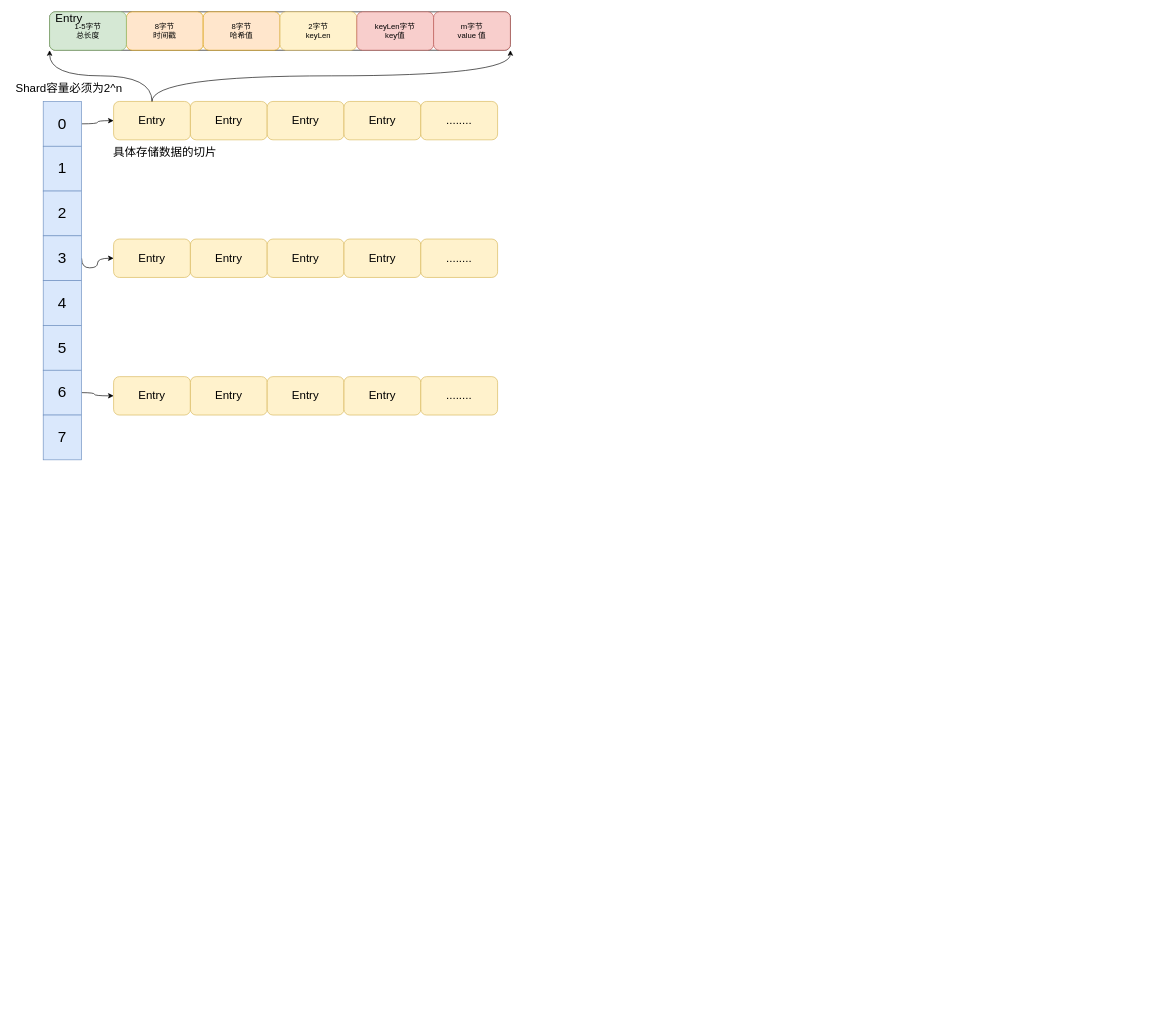
Above: _cache/bigCache.drawio in Zhouchaowen/Hawkeye (draw.io), before the change. Source tidied: cells renumbered, new cells numbered last; positions are measured from the earlier drawing's top-left corner, leaving out a move shared by most shapes. Both pictures are drawn from the tidied source at 64%, with x=0, y=0 at pixel (11, 12).
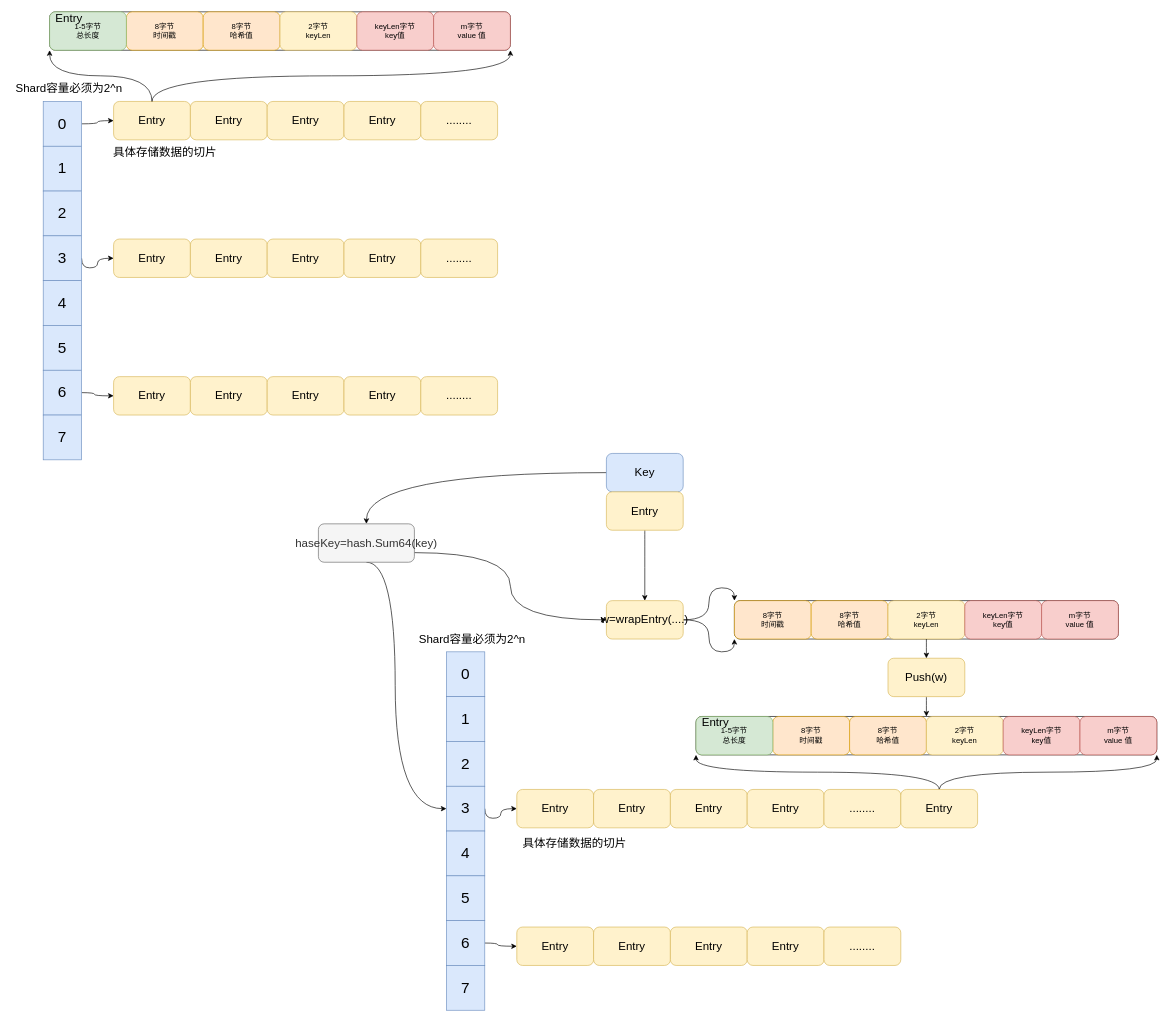
The same diagram, later.

What changed in the source:
```diff
@@
+    <mxCell id="44" style="edgeStyle=orthogonalEdgeStyle;curved=1;rounded=0;jettySize=auto;html=1;exitX=0;exitY=0.5;exitDx=0;exitDy=0;entryX=0.5;entryY=0;entryDx=0;entryDy=0;" parent="1" edge="1" source="45" target="74">
+      <mxGeometry relative="1" as="geometry" />
+    </mxCell>
+    <mxCell id="45" value="&lt;font style=&quot;font-size: 18px&quot;&gt;Key&lt;/font&gt;" style="rounded=1;whiteSpace=wrap;html=1;fillColor=#dae8fc;strokeColor=#6c8ebf;" parent="1" vertex="1">
+      <mxGeometry x="930" y="690" width="120" height="60" as="geometry" />
+    </mxCell>
+    <mxCell id="46" value="&lt;font style=&quot;font-size: 24px&quot;&gt;0&lt;/font&gt;" style="rounded=0;whiteSpace=wrap;html=1;fillColor=#dae8fc;strokeColor=#6c8ebf;" parent="1" vertex="1">
+      <mxGeometry x="680" y="1000" width="60" height="70" as="geometry" />
+    </mxCell>
+    <mxCell id="47" value="&lt;font style=&quot;font-size: 24px&quot;&gt;1&lt;/font&gt;" style="rounded=0;whiteSpace=wrap;html=1;fillColor=#dae8fc;strokeColor=#6c8ebf;" parent="1" vertex="1">
+      <mxGeometry x="680" y="1070" width="60" height="70" as="geometry" />
+    </mxCell>
+    <mxCell id="48" value="&lt;font style=&quot;font-size: 24px&quot;&gt;2&lt;/font&gt;" style="rounded=0;whiteSpace=wrap;html=1;fillColor=#dae8fc;strokeColor=#6c8ebf;" parent="1" vertex="1">
+      <mxGeometry x="680" y="1140" width="60" height="70" as="geometry" />
+    </mxCell>
+    <mxCell id="49" style="edgeStyle=orthogonalEdgeStyle;curved=1;rounded=0;jettySize=auto;html=1;exitX=1;exitY=0.5;exitDx=0;exitDy=0;entryX=0;entryY=0.5;entryDx=0;entryDy=0;" parent="1" edge="1" source="50" target="57">
+      <mxGeometry relative="1" as="geometry">
+        <Array as="points">
+          <mxPoint x="740" y="1260" />
+          <mxPoint x="765" y="1260" />
+          <mxPoint x="765" y="1245" />
+        </Array>
+      </mxGeometry>
+    </mxCell>
+    <mxCell id="50" value="&lt;font style=&quot;font-size: 24px&quot;&gt;3&lt;/font&gt;" style="rounded=0;whiteSpace=wrap;html=1;fillColor=#dae8fc;strokeColor=#6c8ebf;" parent="1" vertex="1">
+      <mxGeometry x="680" y="1210" width="60" height="70" as="geometry" />
+    </mxCell>
+    <mxCell id="51" value="&lt;font style=&quot;font-size: 24px&quot;&gt;4&lt;/font&gt;" style="rounded=0;whiteSpace=wrap;html=1;fillColor=#dae8fc;strokeColor=#6c8ebf;" parent="1" vertex="1">
+      <mxGeometry x="680" y="1280" width="60" height="70" as="geometry" />
+    </mxCell>
+    <mxCell id="52" value="&lt;font style=&quot;font-size: 24px&quot;&gt;5&lt;/font&gt;" style="rounded=0;whiteSpace=wrap;html=1;fillColor=#dae8fc;strokeColor=#6c8ebf;" parent="1" vertex="1">
+      <mxGeometry x="680" y="1350" width="60" height="70" as="geometry" />
+    </mxCell>
+    <mxCell id="53" style="edgeStyle=orthogonalEdgeStyle;curved=1;rounded=0;jettySize=auto;html=1;exitX=1;exitY=0.5;exitDx=0;exitDy=0;entryX=0;entryY=0.5;entryDx=0;entryDy=0;" parent="1" edge="1" source="54" target="63">
+      <mxGeometry relative="1" as="geometry">
+        <Array as="points">
+          <mxPoint x="760" y="1455" />
+          <mxPoint x="760" y="1460" />
+        </Array>
+      </mxGeometry>
+    </mxCell>
+    <mxCell id="54" value="&lt;font style=&quot;font-size: 24px&quot;&gt;6&lt;/font&gt;" style="rounded=0;whiteSpace=wrap;html=1;fillColor=#dae8fc;strokeColor=#6c8ebf;" parent="1" vertex="1">
+      <mxGeometry x="680" y="1420" width="60" height="70" as="geometry" />
+    </mxCell>
+    <mxCell id="55" value="&lt;font style=&quot;font-size: 24px&quot;&gt;7&lt;/font&gt;" style="rounded=0;whiteSpace=wrap;html=1;fillColor=#dae8fc;strokeColor=#6c8ebf;" parent="1" vertex="1">
+      <mxGeometry x="680" y="1490" width="60" height="70" as="geometry" />
+    </mxCell>
+    <mxCell id="56" style="group;" parent="1" vertex="1">
+      <mxGeometry x="790" y="1215" width="600" height="60" as="geometry" />
+    </mxCell>
+    <mxCell id="57" value="&lt;font style=&quot;font-size: 18px&quot;&gt;Entry&lt;/font&gt;" style="rounded=1;whiteSpace=wrap;html=1;fillColor=#fff2cc;strokeColor=#d6b656;" parent="56" vertex="1">
+      <mxGeometry width="120" height="60" as="geometry" />
+    </mxCell>
+    <mxCell id="58" value="&lt;font style=&quot;font-size: 18px&quot;&gt;Entry&lt;/font&gt;" style="rounded=1;whiteSpace=wrap;html=1;fillColor=#fff2cc;strokeColor=#d6b656;" parent="56" vertex="1">
+      <mxGeometry x="120" width="120" height="60" as="geometry" />
+    </mxCell>
+    <mxCell id="59" value="&lt;font style=&quot;font-size: 18px&quot;&gt;Entry&lt;/font&gt;" style="rounded=1;whiteSpace=wrap;html=1;fillColor=#fff2cc;strokeColor=#d6b656;" parent="56" vertex="1">
+      <mxGeometry x="240" width="120" height="60" as="geometry" />
+    </mxCell>
+    <mxCell id="60" value="&lt;span style=&quot;font-size: 18px&quot;&gt;Entry&lt;/span&gt;" style="rounded=1;whiteSpace=wrap;html=1;fillColor=#fff2cc;strokeColor=#d6b656;" parent="56" vertex="1">
+      <mxGeometry x="360" width="120" height="60" as="geometry" />
+    </mxCell>
+    <mxCell id="61" value="&lt;span style=&quot;font-size: 18px&quot;&gt;........&lt;/span&gt;" style="rounded=1;whiteSpace=wrap;html=1;fillColor=#fff2cc;strokeColor=#d6b656;" parent="56" vertex="1">
+      <mxGeometry x="480" width="120" height="60" as="geometry" />
+    </mxCell>
+    <mxCell id="62" style="group;" parent="1" vertex="1">
+      <mxGeometry x="790" y="1430" width="600" height="60" as="geometry" />
+    </mxCell>
+    <mxCell id="63" value="&lt;font style=&quot;font-size: 18px&quot;&gt;Entry&lt;/font&gt;" style="rounded=1;whiteSpace=wrap;html=1;fillColor=#fff2cc;strokeColor=#d6b656;" parent="62" vertex="1">
+      <mxGeometry width="120" height="60" as="geometry" />
+    </mxCell>
+    <mxCell id="64" value="&lt;font style=&quot;font-size: 18px&quot;&gt;Entry&lt;/font&gt;" style="rounded=1;whiteSpace=wrap;html=1;fillColor=#fff2cc;strokeColor=#d6b656;" parent="62" vertex="1">
+      <mxGeometry x="120" width="120" height="60" as="geometry" />
+    </mxCell>
+    <mxCell id="65" value="&lt;font style=&quot;font-size: 18px&quot;&gt;Entry&lt;/font&gt;" style="rounded=1;whiteSpace=wrap;html=1;fillColor=#fff2cc;strokeColor=#d6b656;" parent="62" vertex="1">
+      <mxGeometry x="240" width="120" height="60" as="geometry" />
+    </mxCell>
+    <mxCell id="66" value="&lt;font style=&quot;font-size: 18px&quot;&gt;Entry&lt;/font&gt;" style="rounded=1;whiteSpace=wrap;html=1;fillColor=#fff2cc;strokeColor=#d6b656;" parent="62" vertex="1">
+      <mxGeometry x="360" width="120" height="60" as="geometry" />
+    </mxCell>
+    <mxCell id="67" value="&lt;span style=&quot;font-size: 18px&quot;&gt;........&lt;/span&gt;" style="rounded=1;whiteSpace=wrap;html=1;fillColor=#fff2cc;strokeColor=#d6b656;" parent="62" vertex="1">
+      <mxGeometry x="480" width="120" height="60" as="geometry" />
+    </mxCell>
+    <mxCell id="68" value="&lt;font style=&quot;font-size: 18px&quot;&gt;Shard容量必须为2^n&lt;/font&gt;" style="text;html=1;align=center;verticalAlign=middle;strokeColor=none;" parent="1" vertex="1">
+      <mxGeometry x="630" y="970" width="180" height="20" as="geometry" />
+    </mxCell>
+    <mxCell id="69" value="&lt;font style=&quot;font-size: 18px&quot;&gt;具体存储数据的切片&lt;/font&gt;" style="text;html=1;align=center;verticalAlign=middle;strokeColor=none;" parent="1" vertex="1">
+      <mxGeometry x="790" y="1290" width="180" height="20" as="geometry" />
+    </mxCell>
+    <mxCell id="70" style="edgeStyle=orthogonalEdgeStyle;curved=1;rounded=0;jettySize=auto;html=1;exitX=0.5;exitY=1;exitDx=0;exitDy=0;entryX=0.5;entryY=0;entryDx=0;entryDy=0;" parent="1" edge="1" source="71" target="77">
+      <mxGeometry relative="1" as="geometry" />
+    </mxCell>
+    <mxCell id="71" value="&lt;font style=&quot;font-size: 18px&quot;&gt;Entry&lt;/font&gt;" style="rounded=1;whiteSpace=wrap;html=1;fillColor=#fff2cc;strokeColor=#d6b656;" parent="1" vertex="1">
+      <mxGeometry x="930" y="750" width="120" height="60" as="geometry" />
+    </mxCell>
+    <mxCell id="72" style="edgeStyle=orthogonalEdgeStyle;curved=1;rounded=0;jettySize=auto;html=1;exitX=0.5;exitY=1;exitDx=0;exitDy=0;entryX=0;entryY=0.5;entryDx=0;entryDy=0;" parent="1" edge="1" source="74" target="50">
+      <mxGeometry relative="1" as="geometry">
+        <Array as="points">
+          <mxPoint x="600" y="860" />
+          <mxPoint x="600" y="1245" />
+        </Array>
+      </mxGeometry>
+    </mxCell>
+    <mxCell id="73" style="edgeStyle=orthogonalEdgeStyle;curved=1;rounded=0;jettySize=auto;html=1;exitX=1;exitY=0.75;exitDx=0;exitDy=0;entryX=0;entryY=0.5;entryDx=0;entryDy=0;" parent="1" edge="1" source="74" target="77">
+      <mxGeometry relative="1" as="geometry" />
+    </mxCell>
+    <mxCell id="74" value="&lt;font style=&quot;font-size: 18px&quot;&gt;haseKey=hash.Sum64(key)&lt;/font&gt;" style="rounded=1;whiteSpace=wrap;html=1;fillColor=#f5f5f5;strokeColor=#666666;fontColor=#333333;" parent="1" vertex="1">
+      <mxGeometry x="480" y="800" width="150" height="60" as="geometry" />
+    </mxCell>
+    <mxCell id="75" style="edgeStyle=orthogonalEdgeStyle;curved=1;rounded=0;jettySize=auto;html=1;exitX=1;exitY=0.5;exitDx=0;exitDy=0;entryX=0;entryY=1;entryDx=0;entryDy=0;" parent="1" edge="1" source="77" target="94">
+      <mxGeometry relative="1" as="geometry" />
+    </mxCell>
+    <mxCell id="76" style="edgeStyle=orthogonalEdgeStyle;curved=1;rounded=0;jettySize=auto;html=1;exitX=1;exitY=0.5;exitDx=0;exitDy=0;entryX=0;entryY=0;entryDx=0;entryDy=0;" parent="1" edge="1" source="77" target="94">
+      <mxGeometry relative="1" as="geometry" />
+    </mxCell>
+    <mxCell id="77" value="&lt;font style=&quot;font-size: 18px&quot;&gt;w=wrapEntry(....)&lt;/font&gt;" style="rounded=1;whiteSpace=wrap;html=1;fillColor=#fff2cc;strokeColor=#d6b656;" parent="1" vertex="1">
+      <mxGeometry x="930" y="920" width="120" height="60" as="geometry" />
+    </mxCell>
+    <mxCell id="78" style="edgeStyle=orthogonalEdgeStyle;curved=1;rounded=0;jettySize=auto;html=1;exitX=0.5;exitY=0;exitDx=0;exitDy=0;entryX=1;entryY=1;entryDx=0;entryDy=0;" parent="1" edge="1" source="80" target="89">
+      <mxGeometry relative="1" as="geometry" />
+    </mxCell>
+    <mxCell id="79" style="edgeStyle=orthogonalEdgeStyle;curved=1;rounded=0;jettySize=auto;html=1;exitX=0.5;exitY=0;exitDx=0;exitDy=0;entryX=0;entryY=1;entryDx=0;entryDy=0;" parent="1" edge="1" source="80" target="90">
+      <mxGeometry relative="1" as="geometry" />
+    </mxCell>
+    <mxCell id="80" value="&lt;font style=&quot;font-size: 18px&quot;&gt;Entry&lt;/font&gt;" style="rounded=1;whiteSpace=wrap;html=1;fillColor=#fff2cc;strokeColor=#d6b656;" parent="1" vertex="1">
+      <mxGeometry x="1390" y="1215" width="120" height="60" as="geometry" />
+    </mxCell>
+    <mxCell id="81" style="edgeStyle=orthogonalEdgeStyle;curved=1;rounded=0;jettySize=auto;html=1;exitX=0.5;exitY=1;exitDx=0;exitDy=0;entryX=0.5;entryY=0;entryDx=0;entryDy=0;" parent="1" edge="1" source="82" target="84">
+      <mxGeometry relative="1" as="geometry" />
+    </mxCell>
+    <mxCell id="82" value="&lt;font style=&quot;font-size: 18px&quot;&gt;Push(w)&lt;/font&gt;" style="rounded=1;whiteSpace=wrap;html=1;fillColor=#fff2cc;strokeColor=#d6b656;" parent="1" vertex="1">
+      <mxGeometry x="1370" y="1010" width="120" height="60" as="geometry" />
+    </mxCell>
+    <mxCell id="83" style="group;" parent="1" vertex="1">
+      <mxGeometry x="1070" y="1101" width="720" height="60" as="geometry" />
+    </mxCell>
+    <mxCell id="84" style="rounded=1;whiteSpace=wrap;html=1;" parent="83" vertex="1">
+      <mxGeometry width="720" height="60" as="geometry" />
+    </mxCell>
+    <mxCell id="85" value="8字节&lt;br&gt;时间戳" style="rounded=1;whiteSpace=wrap;html=1;fillColor=#ffe6cc;strokeColor=#d79b00;" parent="83" vertex="1">
+      <mxGeometry x="120" width="120" height="60" as="geometry" />
+    </mxCell>
+    <mxCell id="86" value="8字节&lt;br&gt;哈希值" style="rounded=1;whiteSpace=wrap;html=1;fillColor=#ffe6cc;strokeColor=#d79b00;" parent="83" vertex="1">
+      <mxGeometry x="240" width="120" height="60" as="geometry" />
+    </mxCell>
+    <mxCell id="87" value="2字节&lt;br&gt;keyLen" style="rounded=1;whiteSpace=wrap;html=1;fillColor=#fff2cc;strokeColor=#d6b656;" parent="83" vertex="1">
+      <mxGeometry x="360" width="120" height="60" as="geometry" />
+    </mxCell>
+    <mxCell id="88" value="keyLen字节&lt;br&gt;key值" style="rounded=1;whiteSpace=wrap;html=1;fillColor=#f8cecc;strokeColor=#b85450;" parent="83" vertex="1">
+      <mxGeometry x="480" width="120" height="60" as="geometry" />
+    </mxCell>
+    <mxCell id="89" value="m字节&lt;br&gt;value 值" style="rounded=1;whiteSpace=wrap;html=1;fillColor=#f8cecc;strokeColor=#b85450;" parent="83" vertex="1">
+      <mxGeometry x="600" width="120" height="60" as="geometry" />
+    </mxCell>
+    <mxCell id="90" value="1-5字节&lt;br&gt;总长度" style="rounded=1;whiteSpace=wrap;html=1;fillColor=#d5e8d4;strokeColor=#82b366;" parent="83" vertex="1">
+      <mxGeometry width="120" height="60" as="geometry" />
+    </mxCell>
+    <mxCell id="91" value="&lt;font style=&quot;font-size: 18px&quot;&gt;Entry&lt;/font&gt;" style="text;html=1;align=center;verticalAlign=middle;strokeColor=none;" parent="83" vertex="1">
+      <mxGeometry width="60" height="20" as="geometry" />
+    </mxCell>
+    <mxCell id="92" style="group;" parent="1" vertex="1">
+      <mxGeometry x="1130" y="920" width="600" height="60" as="geometry" />
+    </mxCell>
+    <mxCell id="93" style="rounded=1;whiteSpace=wrap;html=1;" parent="92" vertex="1">
+      <mxGeometry width="600" height="60" as="geometry" />
+    </mxCell>
+    <mxCell id="94" value="8字节&lt;br&gt;时间戳" style="rounded=1;whiteSpace=wrap;html=1;fillColor=#ffe6cc;strokeColor=#d79b00;" parent="92" vertex="1">
+      <mxGeometry width="120" height="60" as="geometry" />
+    </mxCell>
+    <mxCell id="95" value="8字节&lt;br&gt;哈希值" style="rounded=1;whiteSpace=wrap;html=1;fillColor=#ffe6cc;strokeColor=#d79b00;" parent="92" vertex="1">
+      <mxGeometry x="120" width="120" height="60" as="geometry" />
+    </mxCell>
+    <mxCell id="96" value="2字节&lt;br&gt;keyLen" style="rounded=1;whiteSpace=wrap;html=1;fillColor=#fff2cc;strokeColor=#d6b656;" parent="92" vertex="1">
+      <mxGeometry x="240" width="120" height="60" as="geometry" />
+    </mxCell>
+    <mxCell id="97" value="keyLen字节&lt;br&gt;key值" style="rounded=1;whiteSpace=wrap;html=1;fillColor=#f8cecc;strokeColor=#b85450;" parent="92" vertex="1">
+      <mxGeometry x="360" width="120" height="60" as="geometry" />
+    </mxCell>
+    <mxCell id="98" value="m字节&lt;br&gt;value 值" style="rounded=1;whiteSpace=wrap;html=1;fillColor=#f8cecc;strokeColor=#b85450;" parent="92" vertex="1">
+      <mxGeometry x="480" width="120" height="60" as="geometry" />
+    </mxCell>
+    <mxCell id="99" style="edgeStyle=orthogonalEdgeStyle;curved=1;rounded=0;jettySize=auto;html=1;exitX=0.5;exitY=1;exitDx=0;exitDy=0;entryX=0.5;entryY=0;entryDx=0;entryDy=0;" parent="1" edge="1" source="96" target="82">
+      <mxGeometry relative="1" as="geometry" />
+    </mxCell>
```
